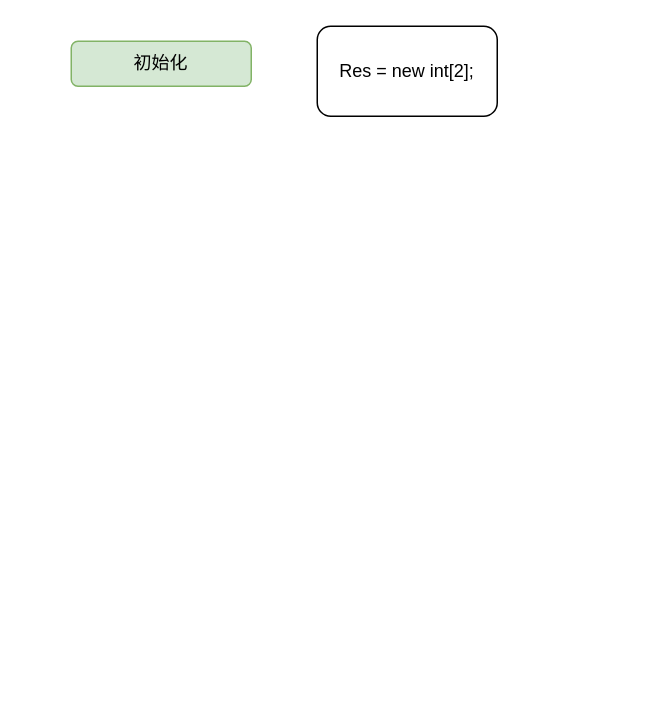
The draw.io diagram 两数之和.drawio in HonyoLAN/telmy, before the edit. Source tidied: cells renumbered, new cells numbered last; positions are measured from the earlier drawing's top-left corner, leaving out a move shared by most shapes. Both pictures are drawn from the tidied source at 150%, with x=0, y=0 at pixel (70, 26).
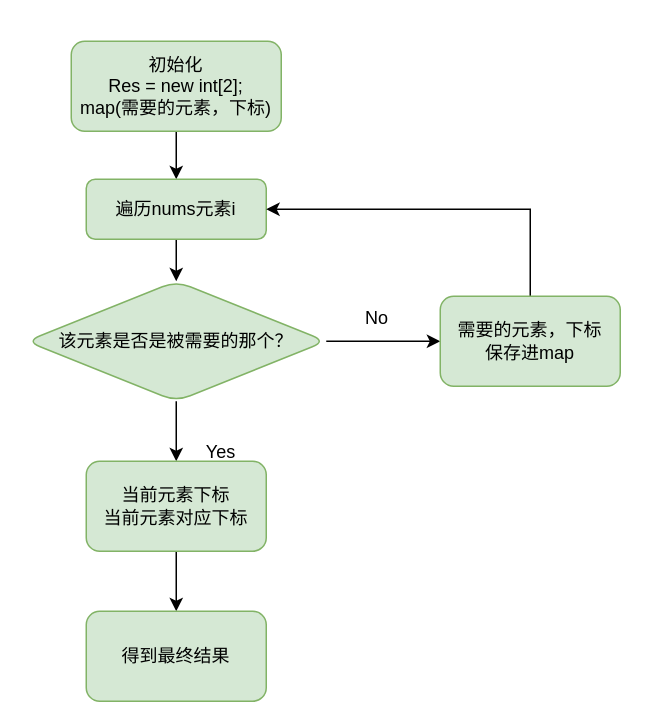
The same diagram, later.

Commit message (it also covers changes not shown here):
更新两数之和.drawio

Change to the diagram source:
```diff
@@
 <mxGraphModel>
   <root>
     <mxCell id="0" />
     <mxCell id="1" parent="0" />
+    <mxCell id="4" style="edgeStyle=orthogonalEdgeStyle;rounded=0;jettySize=auto;html=1;" parent="1" edge="1" source="2" target="6">
+      <mxGeometry relative="1" as="geometry" />
+    </mxCell>
-    <mxCell id="2" value="初始化" style="rounded=1;whiteSpace=wrap;html=1;fillColor=#d5e8d4;strokeColor=#82b366;" parent="1" vertex="1">
-      <mxGeometry y="10" width="120" height="30" as="geometry" />
+    <mxCell id="2" value="初始化&lt;br&gt;Res = new int[2];&lt;br&gt;map(需要的元素，下标)" style="rounded=1;whiteSpace=wrap;html=1;fillColor=#d5e8d4;strokeColor=#82b366;" parent="1" vertex="1">
+      <mxGeometry y="10" width="140" height="60" as="geometry" />
     </mxCell>
-    <mxCell id="3" value="Res = new int[2];" style="rounded=1;whiteSpace=wrap;html=1;" parent="1" vertex="1">
-      <mxGeometry x="164" width="120" height="60" as="geometry" />
-    </mxCell>
+    <mxCell id="5" style="edgeStyle=orthogonalEdgeStyle;rounded=0;jettySize=auto;html=1;exitX=0.5;exitY=1;exitDx=0;exitDy=0;entryX=0.5;entryY=0;entryDx=0;entryDy=0;" parent="1" edge="1" source="6" target="9">
+      <mxGeometry relative="1" as="geometry" />
+    </mxCell>
+    <mxCell id="6" value="遍历nums元素i" style="rounded=1;whiteSpace=wrap;html=1;fillColor=#d5e8d4;strokeColor=#82b366;" parent="1" vertex="1">
+      <mxGeometry x="10" y="102" width="120" height="40" as="geometry" />
+    </mxCell>
+    <mxCell id="7" style="edgeStyle=orthogonalEdgeStyle;rounded=0;jettySize=auto;html=1;" parent="1" edge="1" source="9" target="11">
+      <mxGeometry relative="1" as="geometry" />
+    </mxCell>
+    <mxCell id="8" style="edgeStyle=orthogonalEdgeStyle;rounded=0;jettySize=auto;html=1;" parent="1" edge="1" source="9" target="13">
+      <mxGeometry relative="1" as="geometry" />
+    </mxCell>
+    <mxCell id="9" value="该元素是否是被需要的那个？" style="rhombus;whiteSpace=wrap;html=1;fillColor=#d5e8d4;strokeColor=#82b366;rounded=1;" parent="1" vertex="1">
+      <mxGeometry x="-30" y="170" width="200" height="80" as="geometry" />
+    </mxCell>
+    <mxCell id="10" style="edgeStyle=orthogonalEdgeStyle;rounded=0;jettySize=auto;html=1;" parent="1" edge="1" source="11" target="16">
+      <mxGeometry relative="1" as="geometry" />
+    </mxCell>
+    <mxCell id="11" value="当前元素下标&lt;br&gt;当前元素对应下标" style="whiteSpace=wrap;html=1;fillColor=#d5e8d4;strokeColor=#82b366;rounded=1;" parent="1" vertex="1">
+      <mxGeometry x="10" y="290" width="120" height="60" as="geometry" />
+    </mxCell>
+    <mxCell id="12" style="edgeStyle=orthogonalEdgeStyle;rounded=0;jettySize=auto;html=1;exitX=0.5;exitY=0;exitDx=0;exitDy=0;entryX=1;entryY=0.5;entryDx=0;entryDy=0;" parent="1" edge="1" source="13" target="6">
+      <mxGeometry relative="1" as="geometry" />
+    </mxCell>
+    <mxCell id="13" value="需要的元素，下标&lt;br&gt;保存进map" style="whiteSpace=wrap;html=1;fillColor=#d5e8d4;strokeColor=#82b366;rounded=1;" parent="1" vertex="1">
+      <mxGeometry x="246" y="180" width="120" height="60" as="geometry" />
+    </mxCell>
+    <mxCell id="14" value="No" style="text;html=1;strokeColor=none;fillColor=none;align=center;verticalAlign=middle;whiteSpace=wrap;rounded=0;" parent="1" vertex="1">
+      <mxGeometry x="174" y="180" width="60" height="30" as="geometry" />
+    </mxCell>
+    <mxCell id="15" value="Yes" style="text;html=1;strokeColor=none;fillColor=none;align=center;verticalAlign=middle;whiteSpace=wrap;rounded=0;" parent="1" vertex="1">
+      <mxGeometry x="70" y="269" width="60" height="30" as="geometry" />
+    </mxCell>
+    <mxCell id="16" value="得到最终结果" style="whiteSpace=wrap;html=1;fillColor=#d5e8d4;strokeColor=#82b366;rounded=1;" parent="1" vertex="1">
+      <mxGeometry x="10" y="390" width="120" height="60" as="geometry" />
+    </mxCell>
   </root>
 </mxGraphModel>
```
